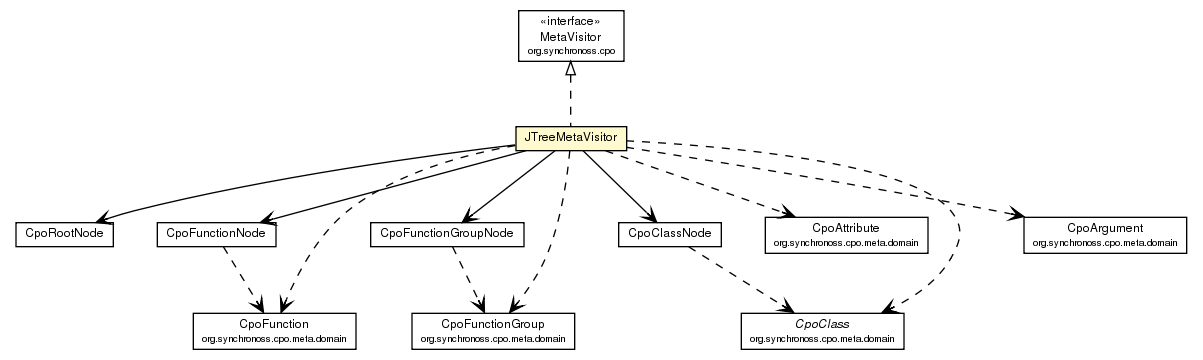
Above: site/apidocs/org/synchronoss/cpo/util/JTreeMetaVisitor.png in synchronoss/cpo-util (Graphviz), before the change. Its source is kept beside it as site/apidocs/org/synchronoss/cpo/util/JTreeMetaVisitor.dot.
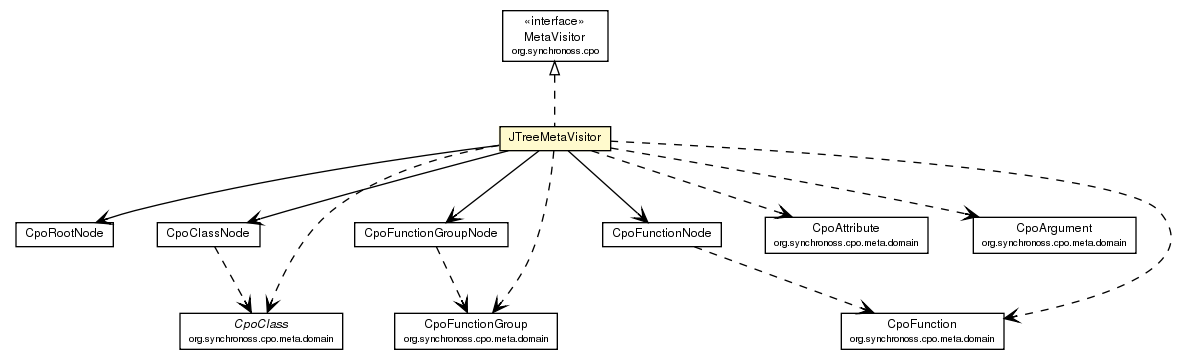
The same diagram one commit later.

Diff of the diagram source:
```diff
@@ -32,21 +32,21 @@
 	c1707:p -> c1723:p [taillabel="", label="", headlabel="", fontname="Helvetica", fontcolor="black", fontsize=10.0, color="black", arrowhead=open];
 	c1707:p -> c1728:p [taillabel="", label="", headlabel="", fontname="Helvetica", fontcolor="black", fontsize=10.0, color="black", arrowhead=open];
 	c1707:p -> c1721:p [taillabel="", label="", headlabel="", fontname="Helvetica", fontcolor="black", fontsize=10.0, color="black", arrowhead=open];
-	c1707:p -> c1765:p [taillabel="", label="", headlabel="", fontname="Helvetica", fontcolor="black", fontsize=10.0, color="black", arrowhead=open, style=dashed];
+	c1707:p -> c1766:p [taillabel="", label="", headlabel="", fontname="Helvetica", fontcolor="black", fontsize=10.0, color="black", arrowhead=open, style=dashed];
 	c1707:p -> c1767:p [taillabel="", label="", headlabel="", fontname="Helvetica", fontcolor="black", fontsize=10.0, color="black", arrowhead=open, style=dashed];
 	c1707:p -> c1768:p [taillabel="", label="", headlabel="", fontname="Helvetica", fontcolor="black", fontsize=10.0, color="black", arrowhead=open, style=dashed];
 	c1707:p -> c1769:p [taillabel="", label="", headlabel="", fontname="Helvetica", fontcolor="black", fontsize=10.0, color="black", arrowhead=open, style=dashed];
 	c1707:p -> c1770:p [taillabel="", label="", headlabel="", fontname="Helvetica", fontcolor="black", fontsize=10.0, color="black", arrowhead=open, style=dashed];
-	c1721:p -> c1765:p [taillabel="", label="", headlabel="", fontname="Helvetica", fontcolor="black", fontsize=10.0, color="black", arrowhead=open, style=dashed];
-	c1723:p -> c1769:p [taillabel="", label="", headlabel="", fontname="Helvetica", fontcolor="black", fontsize=10.0, color="black", arrowhead=open, style=dashed];
-	c1728:p -> c1767:p [taillabel="", label="", headlabel="", fontname="Helvetica", fontcolor="black", fontsize=10.0, color="black", arrowhead=open, style=dashed];
-	c1769 [label=<<table border="0" cellborder="1" cellspacing="0" cellpadding="2" port="p" href="http://java.sun.com/j2se/1.4.2/docs/api/org/synchronoss/cpo/meta/domain/CpoClass.html">
+	c1721:p -> c1770:p [taillabel="", label="", headlabel="", fontname="Helvetica", fontcolor="black", fontsize=10.0, color="black", arrowhead=open, style=dashed];
+	c1723:p -> c1767:p [taillabel="", label="", headlabel="", fontname="Helvetica", fontcolor="black", fontsize=10.0, color="black", arrowhead=open, style=dashed];
+	c1728:p -> c1766:p [taillabel="", label="", headlabel="", fontname="Helvetica", fontcolor="black", fontsize=10.0, color="black", arrowhead=open, style=dashed];
+	c1767 [label=<<table border="0" cellborder="1" cellspacing="0" cellpadding="2" port="p" href="http://java.sun.com/j2se/1.4.2/docs/api/org/synchronoss/cpo/meta/domain/CpoClass.html">
 		<tr><td><table border="0" cellspacing="0" cellpadding="1">
 			<tr><td><font face="Helvetica-Oblique"> CpoClass </font></td></tr>
 			<tr><td><font point-size="7.0"> org.synchronoss.cpo.meta.domain </font></td></tr>
 		</table></td></tr>
 		</table>>, fontname="Helvetica", fontcolor="black", fontsize=9.0];
-	c1770 [label=<<table border="0" cellborder="1" cellspacing="0" cellpadding="2" port="p" href="http://java.sun.com/j2se/1.4.2/docs/api/org/synchronoss/cpo/meta/domain/CpoArgument.html">
+	c1769 [label=<<table border="0" cellborder="1" cellspacing="0" cellpadding="2" port="p" href="http://java.sun.com/j2se/1.4.2/docs/api/org/synchronoss/cpo/meta/domain/CpoArgument.html">
 		<tr><td><table border="0" cellspacing="0" cellpadding="1">
 			<tr><td> CpoArgument </td></tr>
 			<tr><td><font point-size="7.0"> org.synchronoss.cpo.meta.domain </font></td></tr>
@@ -58,13 +58,13 @@
 			<tr><td><font point-size="7.0"> org.synchronoss.cpo.meta.domain </font></td></tr>
 		</table></td></tr>
 		</table>>, fontname="Helvetica", fontcolor="black", fontsize=9.0];
-	c1765 [label=<<table border="0" cellborder="1" cellspacing="0" cellpadding="2" port="p" href="http://java.sun.com/j2se/1.4.2/docs/api/org/synchronoss/cpo/meta/domain/CpoFunction.html">
+	c1770 [label=<<table border="0" cellborder="1" cellspacing="0" cellpadding="2" port="p" href="http://java.sun.com/j2se/1.4.2/docs/api/org/synchronoss/cpo/meta/domain/CpoFunction.html">
 		<tr><td><table border="0" cellspacing="0" cellpadding="1">
 			<tr><td> CpoFunction </td></tr>
 			<tr><td><font point-size="7.0"> org.synchronoss.cpo.meta.domain </font></td></tr>
 		</table></td></tr>
 		</table>>, fontname="Helvetica", fontcolor="black", fontsize=9.0];
-	c1767 [label=<<table border="0" cellborder="1" cellspacing="0" cellpadding="2" port="p" href="http://java.sun.com/j2se/1.4.2/docs/api/org/synchronoss/cpo/meta/domain/CpoFunctionGroup.html">
+	c1766 [label=<<table border="0" cellborder="1" cellspacing="0" cellpadding="2" port="p" href="http://java.sun.com/j2se/1.4.2/docs/api/org/synchronoss/cpo/meta/domain/CpoFunctionGroup.html">
 		<tr><td><table border="0" cellspacing="0" cellpadding="1">
 			<tr><td> CpoFunctionGroup </td></tr>
 			<tr><td><font point-size="7.0"> org.synchronoss.cpo.meta.domain </font></td></tr>
```
